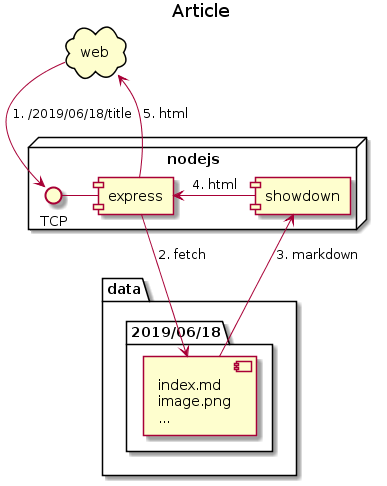
The PlantUML diagram uml/article.png in Klemek/GitBlog.md, before a commit. Source of this version:
```plantuml
@startuml
title Article

cloud web

node nodejs {
    TCP -right- [express]
    [showdown]
}

package data {
    package "2019/06/18" {
        component index [
            index.md
            image.png
            ...
        ]
    }
}

web -down-> TCP : 1. /2019/06/18/title
express -down-> index : 2. fetch
index -up-> showdown : 3. markdown
showdown -left-> express : 4. html
express -up-> web : 5. html
@enduml
```
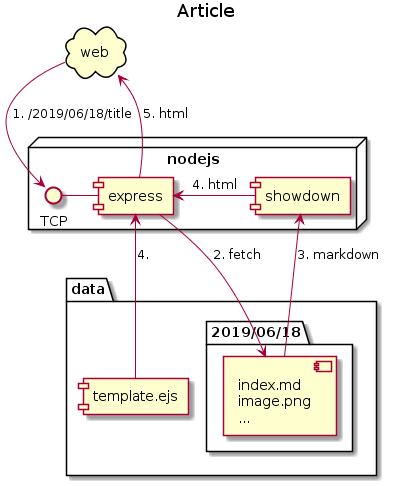
Above is the later version.

Diff of the diagram source:
```diff
@@ -9,6 +9,7 @@
 }
 
 package data {
+    [template.ejs]
     package "2019/06/18" {
         component index [
             index.md
@@ -21,6 +22,7 @@
 web -down-> TCP : 1. /2019/06/18/title
 express -down-> index : 2. fetch
 index -up-> showdown : 3. markdown
+template.ejs -up-> express : 4.
 showdown -left-> express : 4. html
 express -up-> web : 5. html
 @enduml
```
